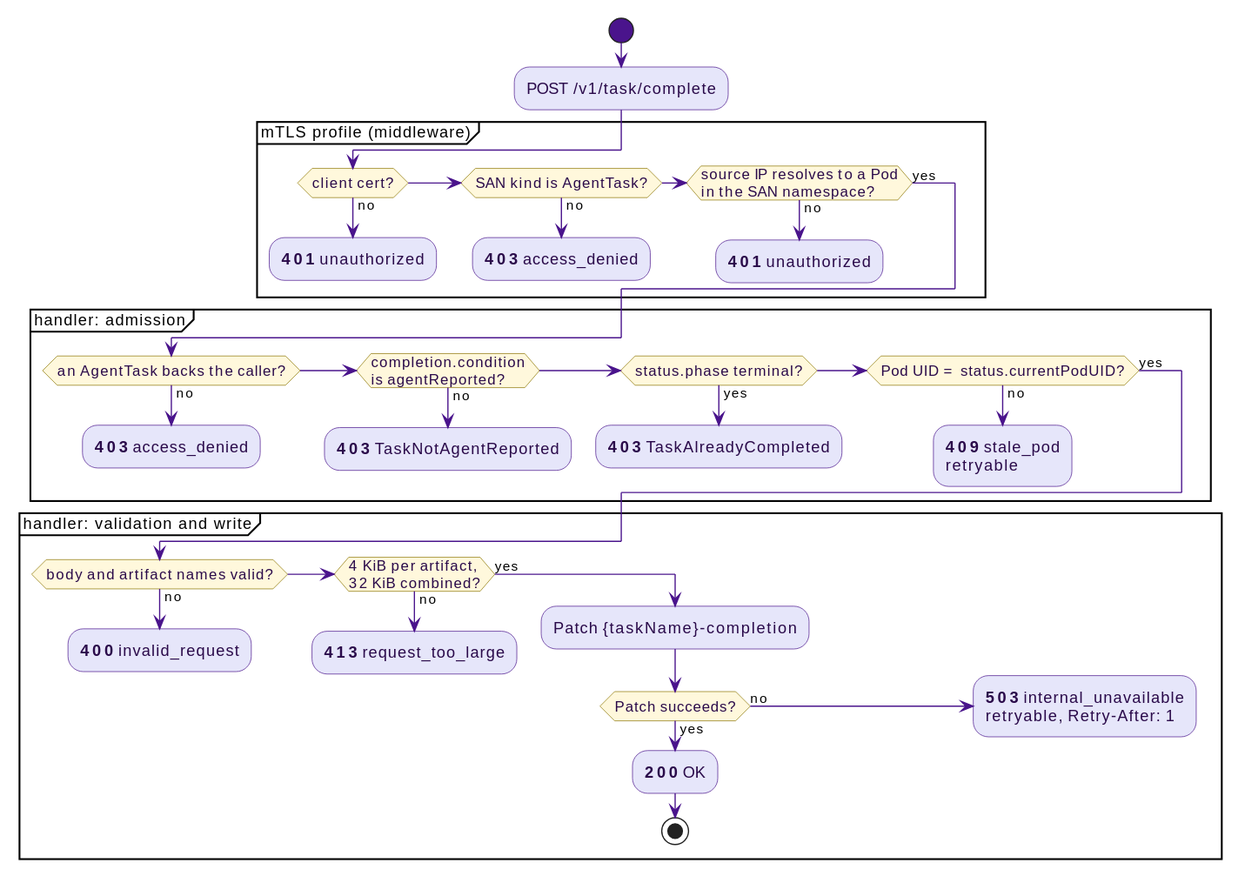
The PlantUML diagram docs/src/diagrams/task-completion-checks.svg in win07xp/kaalm, before a commit. Source of this version:
```plantuml
@startuml
!include _style.puml

start
:POST /v1/task/complete;

partition "mTLS profile (middleware)" {
  if (client cert?) then (no)
    :**401** unauthorized;
    kill
  elseif (SAN kind is AgentTask?) then (no)
    :**403** access_denied;
    kill
  elseif (source IP resolves to a Pod\nin the SAN namespace?) then (no)
    :**401** unauthorized;
    kill
  else (yes)
  endif
}

partition "handler: admission" {
  if (an AgentTask backs the caller?) then (no)
    :**403** access_denied;
    kill
  elseif (completion.condition\nis agentReported?) then (no)
    :**403** TaskNotAgentReported;
    kill
  elseif (status.phase terminal?) then (yes)
    :**403** TaskAlreadyCompleted;
    kill
  elseif (Pod UID = status.currentPodUID?) then (no)
    :**409** stale_pod\nretryable;
    kill
  else (yes)
  endif
}

partition "handler: validation and write" {
  if (body and artifact names valid?) then (no)
    :**400** invalid_request;
    kill
  elseif (4 KiB per artifact,\n32 KiB combined?) then (no)
    :**413** request_too_large;
    kill
  else (yes)
    :Patch {taskName}-completion;
    if (Patch succeeds?) then (no)
      :**503** internal_unavailable\nretryable, Retry-After: 1;
      kill
    else (yes)
      :**200** OK;
      stop
    endif
  endif
}
@enduml
```
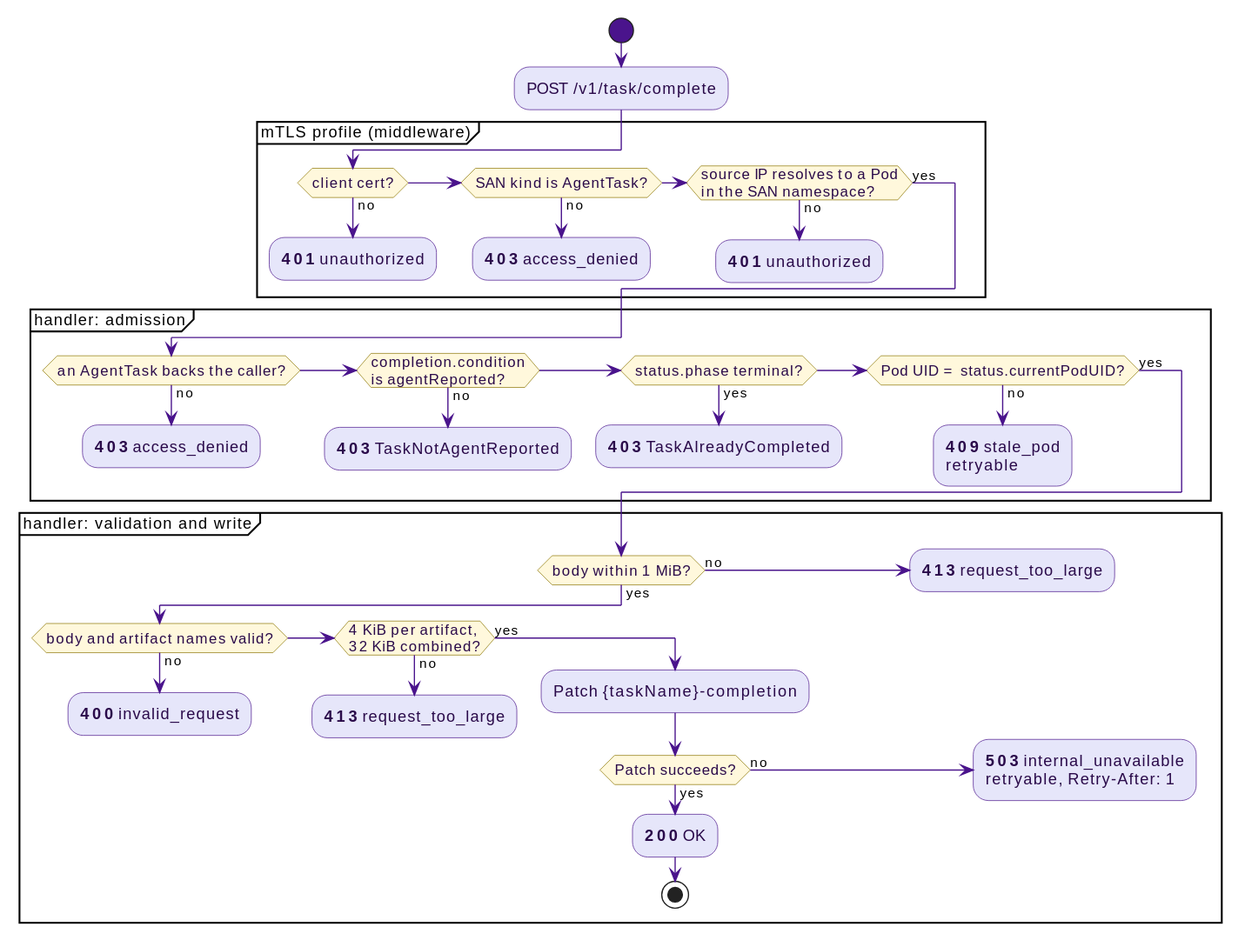
The same file after the commit.

Commit message:
docs: show the 1 MiB completion body cap in the checks figure

The task completion handler answers 413 request_too_large for a body
over 1 MiB before it parses the body. The checks figure and its alt
text now show that cap ahead of the body and artifact name check.

Fixes #565

Change to the diagram source:
```diff
@@ -36,6 +36,11 @@
 }
 
 partition "handler: validation and write" {
+  if (body within 1 MiB?) then (no)
+    :**413** request_too_large;
+    kill
+  else (yes)
+  endif
   if (body and artifact names valid?) then (no)
     :**400** invalid_request;
     kill
```
